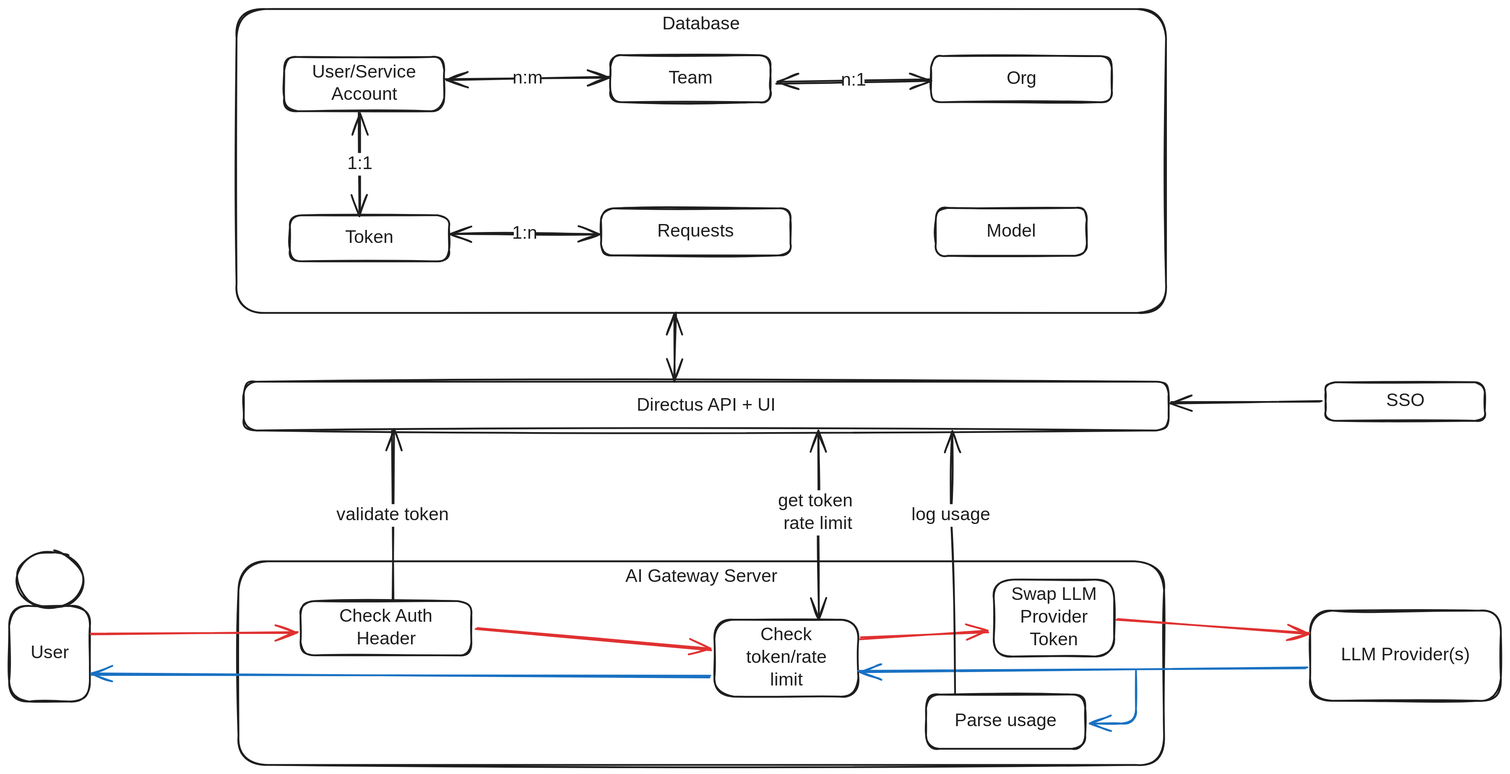
Earlier version of the Excalidraw export docs/assets/AI Gateway Architecture.excalidraw.svg (TU-Wien-dataLAB/aqueduct). Source tidied: one line per element, renumbered; positions are measured from the earlier drawing's top-left corner, leaving out a move shared by most shapes.
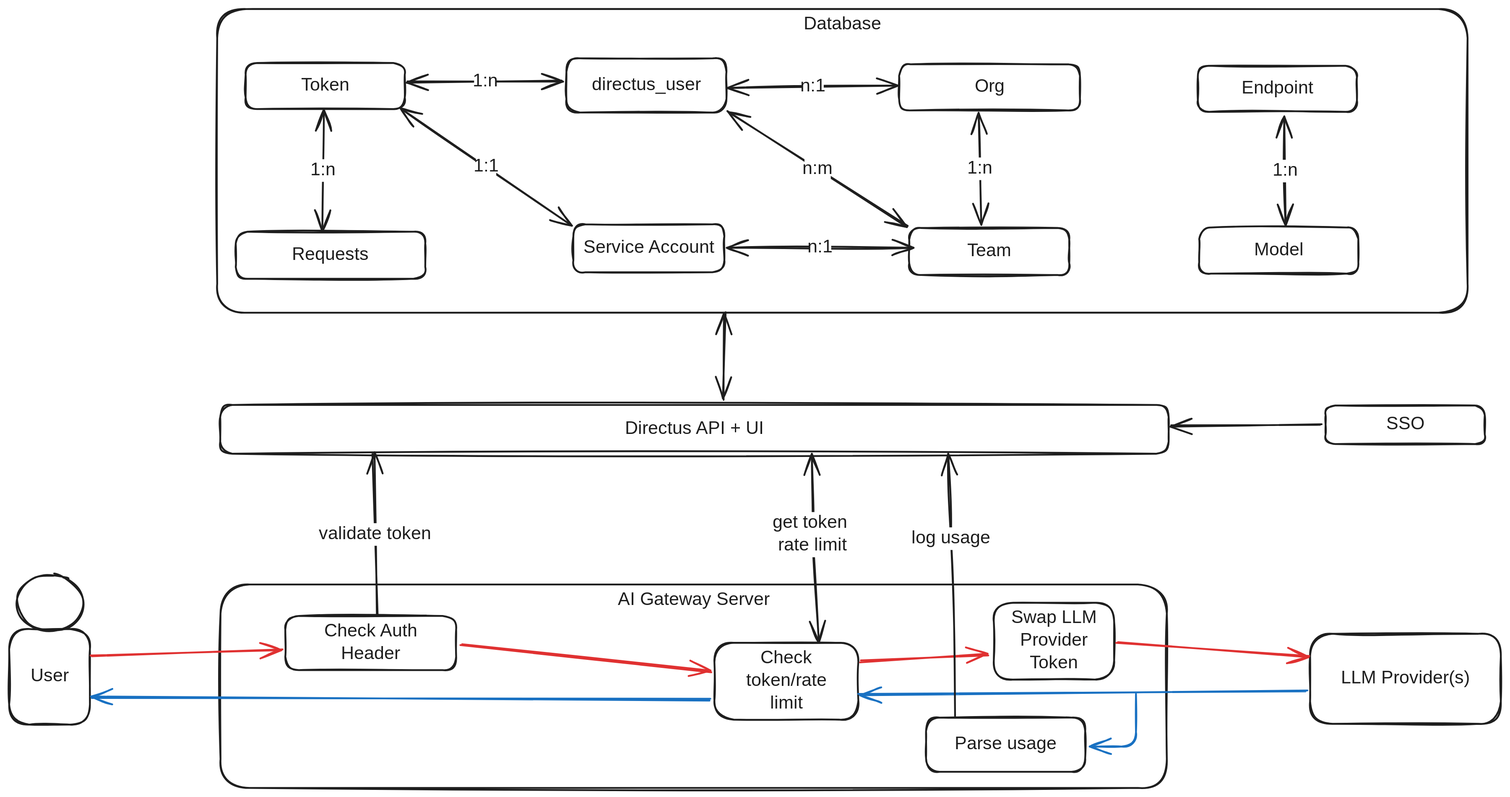
Later version of the same file.

The edit, as a diff of the source:
```diff
@@ -1,25 +1,23 @@
-{"id": 0, "type": "rectangle", "strokeColor": "#1e1e1e", "strokeWidth": 2, "roughness": 1, "round": true, "x": 252, "y": 0, "width": 1028, "height": 336}
+{"id": 0, "type": "rectangle", "strokeColor": "#1e1e1e", "strokeWidth": 2, "roughness": 1, "round": true, "x": 230, "y": -26, "width": 1383, "height": 336}
-{"id": 1, "type": "text", "text": "Database", "strokeColor": "#1e1e1e", "strokeWidth": 2, "roughness": 1, "fontSize": 20, "fontFamily": 5, "textAlign": "center", "inside": 0, "x": 719, "y": 5, "width": 94, "height": 25}
+{"id": 1, "type": "text", "text": "Database", "strokeColor": "#1e1e1e", "strokeWidth": 2, "roughness": 1, "fontSize": 20, "fontFamily": 5, "textAlign": "center", "inside": 0, "x": 875, "y": -21, "width": 94, "height": 25}
-{"id": 2, "type": "rectangle", "strokeColor": "#1e1e1e", "strokeWidth": 2, "roughness": 1, "round": true, "x": 254, "y": 611, "width": 1024, "height": 225}
+{"id": 2, "type": "rectangle", "strokeColor": "#1e1e1e", "strokeWidth": 2, "roughness": 1, "round": true, "x": 234, "y": 611, "width": 1047, "height": 225}
-{"id": 3, "type": "text", "text": "AI Gateway Server", "strokeColor": "#1e1e1e", "strokeWidth": 2, "roughness": 1, "fontSize": 20, "fontFamily": 5, "textAlign": "center", "inside": 2, "x": 673, "y": 616, "width": 186, "height": 25}
+{"id": 3, "type": "text", "text": "AI Gateway Server", "strokeColor": "#1e1e1e", "strokeWidth": 2, "roughness": 1, "fontSize": 20, "fontFamily": 5, "textAlign": "center", "inside": 2, "x": 664, "y": 616, "width": 186, "height": 25}
-{"id": 4, "type": "rectangle", "strokeColor": "#1e1e1e", "strokeWidth": 2, "roughness": 1, "round": true, "x": 311, "y": 228, "width": 176, "height": 51}
+{"id": 4, "type": "rectangle", "strokeColor": "#1e1e1e", "strokeWidth": 2, "roughness": 1, "round": true, "x": 262, "y": 34, "width": 176, "height": 51}
-{"id": 5, "type": "text", "text": "Token", "strokeColor": "#1e1e1e", "strokeWidth": 2, "roughness": 1, "fontSize": 20, "fontFamily": 5, "textAlign": "center", "verticalAlign": "middle", "inside": 4, "x": 369, "y": 241, "width": 59, "height": 25}
+{"id": 5, "type": "text", "text": "Token", "strokeColor": "#1e1e1e", "strokeWidth": 2, "roughness": 1, "fontSize": 20, "fontFamily": 5, "textAlign": "center", "verticalAlign": "middle", "inside": 4, "x": 320, "y": 47, "width": 59, "height": 25}
-{"id": 6, "type": "rectangle", "strokeColor": "#1e1e1e", "strokeWidth": 2, "roughness": 1, "round": true, "x": 304, "y": 53, "width": 177, "height": 60}
+{"id": 6, "type": "rectangle", "strokeColor": "#1e1e1e", "strokeWidth": 2, "roughness": 1, "round": true, "x": 616, "y": 29, "width": 177, "height": 60}
-{"id": 7, "type": "text", "text": "User/Service\nAccount", "strokeColor": "#1e1e1e", "strokeWidth": 2, "roughness": 1, "fontSize": 20, "fontFamily": 5, "textAlign": "center", "verticalAlign": "middle", "inside": 6, "x": 331, "y": 58, "width": 123, "height": 50}
+{"id": 7, "type": "text", "text": "directus_user", "strokeColor": "#1e1e1e", "strokeWidth": 2, "roughness": 1, "fontSize": 20, "fontFamily": 5, "textAlign": "center", "verticalAlign": "middle", "inside": 6, "x": 638, "y": 46, "width": 133, "height": 25}
-{"id": 8, "type": "arrow", "strokeColor": "#1e1e1e", "strokeWidth": 2, "roughness": 1, "startArrowhead": "arrow", "endArrowhead": "arrow", "round": true, "from": 6, "to": 4, "x": 388, "y": 116, "width": 0, "height": 112, "points": [[0, 0], [0, 112]]}
+{"id": 8, "type": "arrow", "strokeColor": "#1e1e1e", "strokeWidth": 2, "roughness": 1, "startArrowhead": "arrow", "endArrowhead": "arrow", "round": true, "from": 6, "to": 4, "x": 613, "y": 54, "width": 172, "height": 0, "points": [[0, 0], [-172, 0]]}
-{"id": 9, "type": "text", "text": "1:1", "strokeColor": "#1e1e1e", "strokeWidth": 2, "roughness": 1, "fontSize": 20, "fontFamily": 5, "textAlign": "center", "verticalAlign": "middle", "inside": 8, "x": 375, "y": 190, "width": 22, "height": 25}
+{"id": 9, "type": "text", "text": "1:n", "strokeColor": "#1e1e1e", "strokeWidth": 2, "roughness": 1, "fontSize": 20, "fontFamily": 5, "textAlign": "center", "verticalAlign": "middle", "inside": 8, "x": 376, "y": 159, "width": 24, "height": 25}
-{"id": 10, "type": "rectangle", "strokeColor": "#1e1e1e", "strokeWidth": 2, "roughness": 1, "round": true, "x": 665, "y": 51, "width": 177, "height": 52}
+{"id": 10, "type": "rectangle", "strokeColor": "#1e1e1e", "strokeWidth": 2, "roughness": 1, "round": true, "x": 995, "y": 216, "width": 177, "height": 52}
-{"id": 11, "type": "text", "text": "Team", "strokeColor": "#1e1e1e", "strokeWidth": 2, "roughness": 1, "fontSize": 20, "fontFamily": 5, "textAlign": "center", "verticalAlign": "middle", "inside": 10, "x": 728, "y": 64, "width": 51, "height": 25}
+{"id": 11, "type": "text", "text": "Team", "strokeColor": "#1e1e1e", "strokeWidth": 2, "roughness": 1, "fontSize": 20, "fontFamily": 5, "textAlign": "center", "verticalAlign": "middle", "inside": 10, "x": 1058, "y": 230, "width": 51, "height": 25}
-{"id": 12, "type": "arrow", "strokeColor": "#1e1e1e", "strokeWidth": 2, "roughness": 1, "startArrowhead": "arrow", "endArrowhead": "arrow", "round": true, "from": 6, "to": 10, "x": 483, "y": 79, "width": 181, "height": 3, "points": [[0, 0], [181, -3]]}
+{"id": 12, "type": "arrow", "strokeColor": "#1e1e1e", "strokeWidth": 2, "roughness": 1, "startArrowhead": "arrow", "endArrowhead": "arrow", "round": true, "from": 6, "to": 10, "x": 795, "y": 88, "width": 199, "height": 126, "points": [[0, 0], [199, 126]]}
 {"id": 13, "type": "text", "text": "n:m", "strokeColor": "#1e1e1e", "strokeWidth": 2, "roughness": 1, "fontSize": 20, "fontFamily": 5, "textAlign": "center", "verticalAlign": "middle", "inside": 12, "x": 530, "y": 66, "width": 29, "height": 25}
-{"id": 14, "type": "rectangle", "strokeColor": "#1e1e1e", "strokeWidth": 2, "roughness": 1, "round": true, "x": 1020, "y": 52, "width": 200, "height": 51}
+{"id": 14, "type": "rectangle", "strokeColor": "#1e1e1e", "strokeWidth": 2, "roughness": 1, "round": true, "x": 984, "y": 35, "width": 200, "height": 51}
-{"id": 15, "type": "text", "text": "Org", "strokeColor": "#1e1e1e", "strokeWidth": 2, "roughness": 1, "fontSize": 20, "fontFamily": 5, "textAlign": "center", "verticalAlign": "middle", "inside": 14, "x": 1103, "y": 65, "width": 34, "height": 25}
+{"id": 15, "type": "text", "text": "Org", "strokeColor": "#1e1e1e", "strokeWidth": 2, "roughness": 1, "fontSize": 20, "fontFamily": 5, "textAlign": "center", "verticalAlign": "middle", "inside": 14, "x": 1067, "y": 48, "width": 34, "height": 25}
-{"id": 16, "type": "arrow", "strokeColor": "#1e1e1e", "strokeWidth": 2, "roughness": 1, "startArrowhead": "arrow", "endArrowhead": "arrow", "round": true, "from": 10, "to": 14, "x": 849, "y": 81, "width": 169, "height": 4, "points": [[0, 0], [169, -4]]}
-{"id": 17, "type": "text", "text": "n:1", "strokeColor": "#1e1e1e", "strokeWidth": 2, "roughness": 1, "fontSize": 20, "fontFamily": 5, "textAlign": "center", "verticalAlign": "middle", "inside": 16, "x": 893, "y": 67, "width": 24, "height": 25}
-{"id": 18, "type": "rectangle", "strokeColor": "#1e1e1e", "strokeWidth": 2, "roughness": 1, "round": true, "x": 1025, "y": 220, "width": 167, "height": 53}
+{"id": 18, "type": "rectangle", "strokeColor": "#1e1e1e", "strokeWidth": 2, "roughness": 1, "round": true, "x": 624, "y": 212, "width": 167, "height": 53}
-{"id": 19, "type": "text", "text": "Model", "strokeColor": "#1e1e1e", "strokeWidth": 2, "roughness": 1, "fontSize": 20, "fontFamily": 5, "textAlign": "center", "verticalAlign": "middle", "inside": 18, "x": 1081, "y": 234, "width": 55, "height": 25}
+{"id": 19, "type": "text", "text": "Service Account", "strokeColor": "#1e1e1e", "strokeWidth": 2, "roughness": 1, "fontSize": 20, "fontFamily": 5, "textAlign": "center", "verticalAlign": "middle", "inside": 18, "x": 631, "y": 226, "width": 154, "height": 25}
-{"id": 20, "type": "rectangle", "strokeColor": "#1e1e1e", "strokeWidth": 2, "roughness": 1, "round": true, "x": 259, "y": 412, "width": 1023, "height": 54}
+{"id": 20, "type": "rectangle", "strokeColor": "#1e1e1e", "strokeWidth": 2, "roughness": 1, "round": true, "x": 233, "y": 412, "width": 1049, "height": 54}
-{"id": 21, "type": "text", "text": "Directus API + UI", "strokeColor": "#1e1e1e", "strokeWidth": 2, "roughness": 1, "fontSize": 20, "fontFamily": 5, "textAlign": "center", "verticalAlign": "middle", "inside": 20, "x": 680, "y": 427, "width": 181, "height": 25}
+{"id": 21, "type": "text", "text": "Directus API + UI", "strokeColor": "#1e1e1e", "strokeWidth": 2, "roughness": 1, "fontSize": 20, "fontFamily": 5, "textAlign": "center", "verticalAlign": "middle", "inside": 20, "x": 667, "y": 427, "width": 181, "height": 25}
-{"id": 22, "type": "arrow", "strokeColor": "#1e1e1e", "strokeWidth": 2, "roughness": 1, "startArrowhead": "arrow", "endArrowhead": "arrow", "round": true, "from": 0, "to": 20, "x": 736, "y": 336, "width": 0, "height": 75, "points": [[0, 0], [0, 75]]}
+{"id": 22, "type": "arrow", "strokeColor": "#1e1e1e", "strokeWidth": 2, "roughness": 1, "startArrowhead": "arrow", "endArrowhead": "arrow", "round": true, "from": 0, "to": 20, "x": 791, "y": 310, "width": 1, "height": 96, "points": [[0, 0], [-1, 96]]}
-{"id": 23, "type": "arrow", "strokeColor": "#1e1e1e", "strokeWidth": 2, "roughness": 1, "endArrowhead": "arrow", "round": true, "from": 27, "to": 20, "x": 424, "y": 654, "width": 0, "height": 187, "points": [[0, 0], [0, -187]]}
+{"id": 23, "type": "arrow", "strokeColor": "#1e1e1e", "strokeWidth": 2, "roughness": 1, "endArrowhead": "arrow", "round": true, "from": 27, "to": 20, "x": 406, "y": 645, "width": 4, "height": 178, "points": [[0, 0], [-4, -178]]}
 {"id": 24, "type": "text", "text": "validate token", "strokeColor": "#1e1e1e", "strokeWidth": 2, "roughness": 1, "fontSize": 20, "fontFamily": 5, "textAlign": "center", "verticalAlign": "middle", "inside": 23, "x": 687, "y": 522, "width": 139, "height": 25}
@@ -27,4 +25,4 @@
 {"id": 26, "type": "text", "text": "LLM Provider(s)", "strokeColor": "#1e1e1e", "strokeWidth": 2, "roughness": 1, "fontSize": 20, "fontFamily": 5, "textAlign": "center", "verticalAlign": "middle", "inside": 25, "x": 1468, "y": 703, "width": 153, "height": 25}
-{"id": 27, "type": "rectangle", "strokeColor": "#1e1e1e", "strokeWidth": 2, "roughness": 1, "round": true, "x": 322, "y": 655, "width": 189, "height": 60}
+{"id": 27, "type": "rectangle", "strokeColor": "#1e1e1e", "strokeWidth": 2, "roughness": 1, "round": true, "x": 305, "y": 646, "width": 189, "height": 60}
-{"id": 28, "type": "text", "text": "Check Auth\nHeader", "strokeColor": "#1e1e1e", "strokeWidth": 2, "roughness": 1, "fontSize": 20, "fontFamily": 5, "textAlign": "center", "verticalAlign": "middle", "inside": 27, "x": 362, "y": 660, "width": 110, "height": 50}
+{"id": 28, "type": "text", "text": "Check Auth\nHeader", "strokeColor": "#1e1e1e", "strokeWidth": 2, "roughness": 1, "fontSize": 20, "fontFamily": 5, "textAlign": "center", "verticalAlign": "middle", "inside": 27, "x": 345, "y": 651, "width": 110, "height": 50}
 {"id": 29, "type": "rectangle", "strokeColor": "#1e1e1e", "strokeWidth": 2, "roughness": 1, "round": true, "x": 0, "y": 660, "width": 89, "height": 106}
@@ -35,4 +33,4 @@
 {"id": 34, "type": "text", "text": "Parse usage", "strokeColor": "#1e1e1e", "strokeWidth": 2, "roughness": 1, "fontSize": 20, "fontFamily": 5, "textAlign": "center", "verticalAlign": "middle", "inside": 33, "x": 1043, "y": 776, "width": 118, "height": 25}
-{"id": 35, "type": "arrow", "strokeColor": "#e03131", "strokeWidth": 2, "roughness": 1, "endArrowhead": "arrow", "round": true, "from": 29, "to": 27, "x": 91, "y": 691, "width": 229, "height": 1, "points": [[0, 0], [229, -1]]}
+{"id": 35, "type": "arrow", "strokeColor": "#e03131", "strokeWidth": 2, "roughness": 1, "endArrowhead": "arrow", "round": true, "from": 29, "to": 27, "x": 91, "y": 690, "width": 212, "height": 6, "points": [[0, 0], [212, -6]]}
-{"id": 36, "type": "arrow", "strokeColor": "#e03131", "strokeWidth": 2, "roughness": 1, "endArrowhead": "arrow", "round": true, "from": 27, "to": 31, "x": 516, "y": 685, "width": 260, "height": 23, "points": [[0, 0], [260, 23]]}
+{"id": 36, "type": "arrow", "strokeColor": "#e03131", "strokeWidth": 2, "roughness": 1, "endArrowhead": "arrow", "round": true, "from": 27, "to": 31, "x": 500, "y": 678, "width": 277, "height": 30, "points": [[0, 0], [277, 30]]}
 {"id": 37, "type": "arrow", "strokeColor": "#e03131", "strokeWidth": 2, "roughness": 1, "endArrowhead": "arrow", "round": true, "from": 31, "to": 46, "x": 941, "y": 696, "width": 142, "height": 7, "points": [[0, 0], [142, -7]]}
@@ -44,3 +42,3 @@
 {"id": 43, "type": "arrow", "strokeColor": "#1971c2", "strokeWidth": 2, "roughness": 1, "endArrowhead": "arrow", "to": 33, "x": 1246, "y": 732, "width": 51, "height": 58, "points": [[0, 0], [0, 58], [-51, 58]]}
-{"id": 44, "type": "arrow", "strokeColor": "#1e1e1e", "strokeWidth": 2, "roughness": 1, "startArrowhead": "arrow", "endArrowhead": "arrow", "from": 31, "to": 20, "x": 896, "y": 675, "width": 1, "height": 209, "points": [[0, 0], [-1, -118], [-1, -209]]}
+{"id": 44, "type": "arrow", "strokeColor": "#1e1e1e", "strokeWidth": 2, "roughness": 1, "startArrowhead": "arrow", "endArrowhead": "arrow", "from": 31, "to": 20, "x": 896, "y": 675, "width": 8, "height": 209, "points": [[0, 0], [-7, -119], [-8, -209]]}
 {"id": 45, "type": "text", "text": "get token \nrate limit", "strokeColor": "#1e1e1e", "strokeWidth": 2, "roughness": 1, "fontSize": 20, "fontFamily": 5, "textAlign": "center", "verticalAlign": "middle", "inside": 44, "x": 849, "y": 532, "width": 104, "height": 50}
@@ -49,8 +47,22 @@
 {"id": 48, "type": "arrow", "strokeColor": "#e03131", "strokeWidth": 2, "roughness": 1, "endArrowhead": "arrow", "round": true, "from": 46, "to": 25, "x": 1225, "y": 675, "width": 213, "height": 15, "points": [[0, 0], [213, 15]]}
-{"id": 49, "type": "rectangle", "strokeColor": "#1e1e1e", "strokeWidth": 2, "roughness": 1, "round": true, "x": 655, "y": 220, "width": 210, "height": 52}
+{"id": 49, "type": "rectangle", "strokeColor": "#1e1e1e", "strokeWidth": 2, "roughness": 1, "round": true, "x": 251, "y": 220, "width": 210, "height": 52}
-{"id": 50, "type": "text", "text": "Requests", "strokeColor": "#1e1e1e", "strokeWidth": 2, "roughness": 1, "fontSize": 20, "fontFamily": 5, "textAlign": "center", "verticalAlign": "middle", "inside": 49, "x": 714, "y": 234, "width": 91, "height": 25}
+{"id": 50, "type": "text", "text": "Requests", "strokeColor": "#1e1e1e", "strokeWidth": 2, "roughness": 1, "fontSize": 20, "fontFamily": 5, "textAlign": "center", "verticalAlign": "middle", "inside": 49, "x": 310, "y": 234, "width": 91, "height": 25}
-{"id": 51, "type": "arrow", "strokeColor": "#1e1e1e", "strokeWidth": 2, "roughness": 1, "startArrowhead": "arrow", "endArrowhead": "arrow", "from": 4, "to": 49, "x": 488, "y": 249, "width": 165, "height": 0, "points": [[0, 0], [165, 0]]}
+{"id": 51, "type": "arrow", "strokeColor": "#1e1e1e", "strokeWidth": 2, "roughness": 1, "startArrowhead": "arrow", "endArrowhead": "arrow", "from": 4, "to": 49, "x": 348, "y": 85, "width": 2, "height": 135, "points": [[0, 0], [-2, 135]]}
 {"id": 52, "type": "text", "text": "1:n", "strokeColor": "#1e1e1e", "strokeWidth": 2, "roughness": 1, "fontSize": 20, "fontFamily": 5, "textAlign": "center", "verticalAlign": "middle", "inside": 51, "x": 558, "y": 237, "width": 24, "height": 25}
 {"id": 53, "type": "ellipse", "strokeColor": "#1e1e1e", "strokeWidth": 2, "roughness": 1, "round": true, "x": 9, "y": 600, "width": 73, "height": 63}
-{"id": 54, "type": "arrow", "strokeColor": "#1e1e1e", "strokeWidth": 2, "roughness": 1, "endArrowhead": "arrow", "from": 33, "to": 20, "x": 1046, "y": 757, "width": 5, "height": 291, "points": [[0, 0], [-5, -197], [-3, -291]]}
+{"id": 54, "type": "arrow", "strokeColor": "#1e1e1e", "strokeWidth": 2, "roughness": 1, "endArrowhead": "arrow", "from": 33, "to": 20, "x": 1046, "y": 758, "width": 8, "height": 292, "points": [[0, 0], [-5, -198], [-8, -292]]}
 {"id": 55, "type": "text", "text": "log usage", "strokeColor": "#1e1e1e", "strokeWidth": 2, "roughness": 1, "fontSize": 20, "fontFamily": 5, "textAlign": "center", "verticalAlign": "middle", "inside": 54, "x": 996, "y": 571, "width": 91, "height": 25}
+{"id": 56, "type": "arrow", "strokeColor": "#1e1e1e", "strokeWidth": 2, "roughness": 1, "startArrowhead": "arrow", "endArrowhead": "arrow", "from": 6, "to": 14, "x": 794, "y": 61, "width": 189, "height": 3, "points": [[0, 0], [189, -3]]}
+{"id": 57, "type": "text", "text": "n:1", "strokeColor": "#1e1e1e", "strokeWidth": 2, "roughness": 1, "fontSize": 20, "fontFamily": 5, "textAlign": "center", "verticalAlign": "middle", "inside": 56, "x": 550, "y": 123, "width": 24, "height": 25}
+{"id": 58, "type": "arrow", "strokeColor": "#1e1e1e", "strokeWidth": 2, "roughness": 1, "startArrowhead": "arrow", "endArrowhead": "arrow", "from": 14, "to": 10, "x": 1072, "y": 89, "width": 3, "height": 124, "points": [[0, 0], [3, 124]]}
+{"id": 59, "type": "text", "text": "1:n", "strokeColor": "#1e1e1e", "strokeWidth": 2, "roughness": 1, "fontSize": 20, "fontFamily": 5, "textAlign": "center", "verticalAlign": "middle", "inside": 58, "x": 1062, "y": 138, "width": 24, "height": 25}
+{"id": 60, "type": "arrow", "strokeColor": "#1e1e1e", "strokeWidth": 2, "roughness": 1, "startArrowhead": "arrow", "endArrowhead": "arrow", "from": 18, "to": 10, "x": 794, "y": 238, "width": 207, "height": 0, "points": [[0, 0], [207, 0]]}
+{"id": 61, "type": "text", "text": "n:1", "strokeColor": "#1e1e1e", "strokeWidth": 2, "roughness": 1, "fontSize": 20, "fontFamily": 5, "textAlign": "center", "verticalAlign": "middle", "inside": 60, "x": 885, "y": 226, "width": 24, "height": 25}
+{"id": 62, "type": "arrow", "strokeColor": "#1e1e1e", "strokeWidth": 2, "roughness": 1, "startArrowhead": "arrow", "endArrowhead": "arrow", "from": 4, "to": 18, "x": 433, "y": 84, "width": 190, "height": 130, "points": [[0, 0], [190, 130]]}
+{"id": 63, "type": "text", "text": "1:1", "strokeColor": "#1e1e1e", "strokeWidth": 2, "roughness": 1, "fontSize": 20, "fontFamily": 5, "textAlign": "center", "verticalAlign": "middle", "inside": 62, "x": 516, "y": 136, "width": 22, "height": 25}
+{"id": 64, "type": "rectangle", "strokeColor": "#1e1e1e", "strokeWidth": 2, "roughness": 1, "round": true, "x": 1316, "y": 216, "width": 176, "height": 51}
+{"id": 65, "type": "text", "text": "Model", "strokeColor": "#1e1e1e", "strokeWidth": 2, "roughness": 1, "fontSize": 20, "fontFamily": 5, "textAlign": "center", "verticalAlign": "middle", "inside": 64, "x": 1377, "y": 229, "width": 55, "height": 25}
+{"id": 66, "type": "rectangle", "strokeColor": "#1e1e1e", "strokeWidth": 2, "roughness": 1, "round": true, "x": 1315, "y": 37, "width": 176, "height": 51}
+{"id": 67, "type": "text", "text": "Endpoint", "strokeColor": "#1e1e1e", "strokeWidth": 2, "roughness": 1, "fontSize": 20, "fontFamily": 5, "textAlign": "center", "verticalAlign": "middle", "inside": 66, "x": 1360, "y": 50, "width": 86, "height": 25}
+{"id": 68, "type": "arrow", "strokeColor": "#1e1e1e", "strokeWidth": 2, "roughness": 1, "startArrowhead": "arrow", "endArrowhead": "arrow", "from": 66, "to": 64, "x": 1410, "y": 93, "width": 2, "height": 121, "points": [[0, 0], [2, 121]]}
+{"id": 69, "type": "text", "text": "1:n", "strokeColor": "#1e1e1e", "strokeWidth": 2, "roughness": 1, "fontSize": 20, "fontFamily": 5, "textAlign": "center", "verticalAlign": "middle", "inside": 68, "x": 1399, "y": 141, "width": 24, "height": 25}
```
